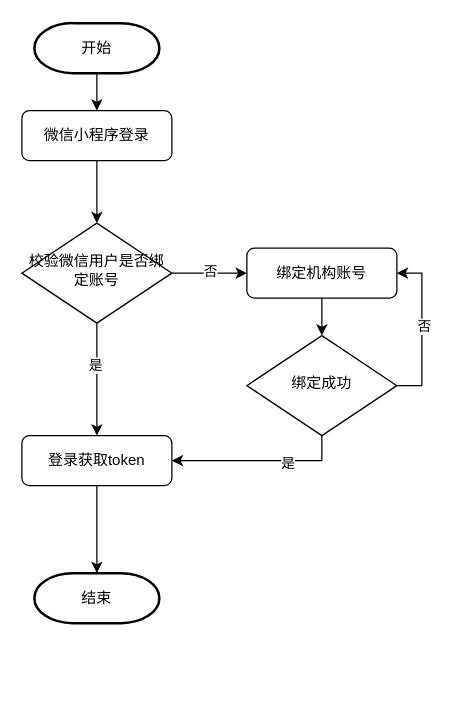
Earlier version of the draw.io diagram drawio/机构小程序登录流程图.drawio (hl3482477/BigDataLearnIng). Source tidied: cells renumbered, new cells numbered last; positions are measured from the earlier drawing's top-left corner, leaving out a move shared by most shapes. Both pictures are drawn from the tidied source at 125%, with x=0, y=0 at pixel (21, 22).
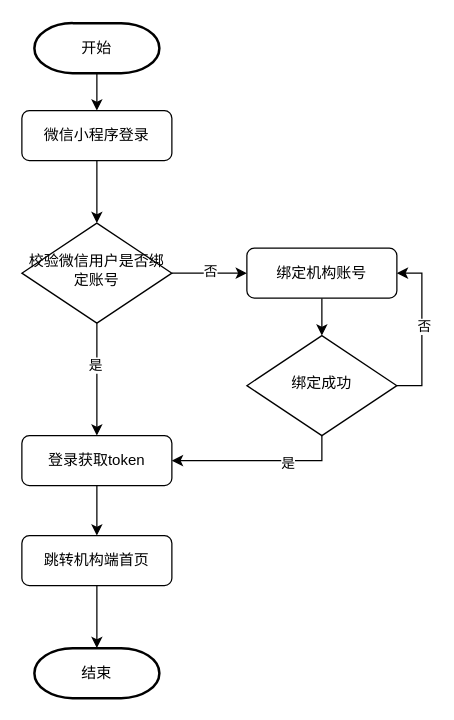
The same diagram, later.

Commit message (it also covers changes not shown here):
更新机构小程序登录流程图.drawio

The change refers to these unchanged cells:
```xml
<mxCell id="12" value="登录获取token" style="rounded=1;whiteSpace=wrap;html=1;fontSize=12;glass=0;strokeWidth=1;shadow=0;" parent="1" vertex="1">
  <mxGeometry y="330" width="120" height="40" as="geometry" />
</mxCell>
```

Diff of the diagram source:
```diff
@@
-    <mxCell id="11" style="edgeStyle=orthogonalEdgeStyle;rounded=0;jettySize=auto;html=1;exitX=0.5;exitY=1;exitDx=0;exitDy=0;entryX=0.5;entryY=0;entryDx=0;entryDy=0;entryPerimeter=0;" parent="1" edge="1" source="12" target="15">
-      <mxGeometry relative="1" as="geometry" />
-    </mxCell>
+    <mxCell id="21" style="edgeStyle=orthogonalEdgeStyle;rounded=0;jettySize=auto;html=1;" parent="1" edge="1" source="12" target="23">
+      <mxGeometry relative="1" as="geometry" />
+    </mxCell>
@@
     <mxCell id="15" value="结束" style="strokeWidth=2;html=1;shape=mxgraph.flowchart.terminator;whiteSpace=wrap;" parent="1" vertex="1">
-      <mxGeometry x="10" y="440" width="100" height="40" as="geometry" />
+      <mxGeometry x="10" y="500" width="100" height="40" as="geometry" />
     </mxCell>
@@
+    <mxCell id="22" style="edgeStyle=orthogonalEdgeStyle;rounded=0;jettySize=auto;html=1;" parent="1" edge="1" source="23" target="15">
+      <mxGeometry relative="1" as="geometry" />
+    </mxCell>
+    <mxCell id="23" value="跳转机构端首页" style="rounded=1;whiteSpace=wrap;html=1;fontSize=12;glass=0;strokeWidth=1;shadow=0;" parent="1" vertex="1">
+      <mxGeometry y="410" width="120" height="40" as="geometry" />
+    </mxCell>
```
